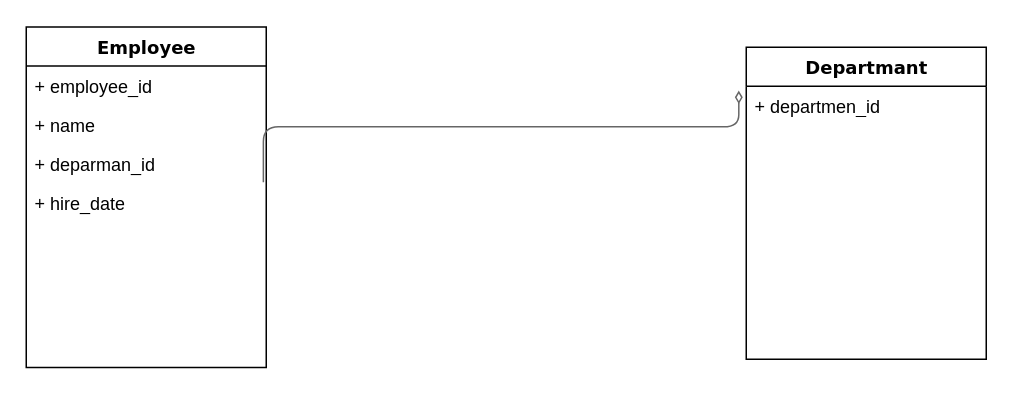
The draw.io diagram Başlıksız Diyagram.drawio in suhedakarabudak/Data-Science, before the edit. Source tidied: cells renumbered, new cells numbered last; positions are measured from the earlier drawing's top-left corner, leaving out a move shared by most shapes. Both pictures are drawn from the tidied source at 150%, with x=0, y=0 at pixel (26, 26).
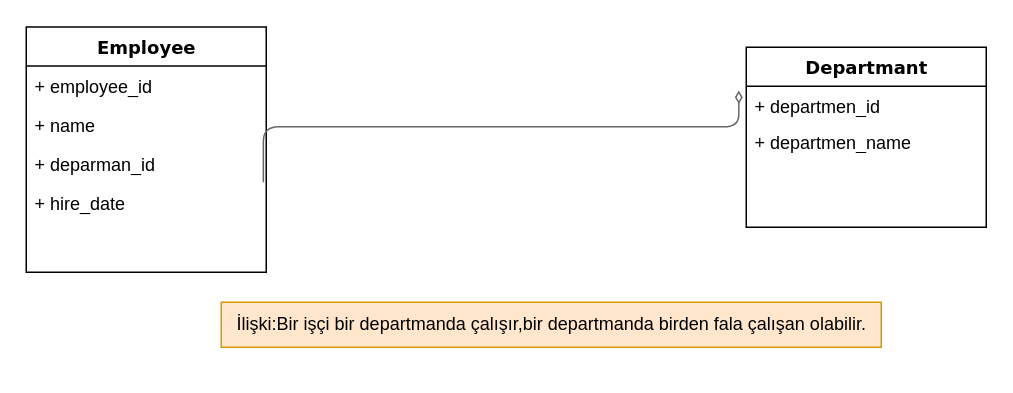
Above is the later version.

Diff of the diagram source:
```diff
@@
 <mxGraphModel>
   <root>
     <mxCell id="0" />
     <mxCell id="1" parent="0" />
     <mxCell id="2" value="Employee" style="swimlane;html=1;fontStyle=1;align=center;verticalAlign=top;horizontal=1;startSize=26;swimlaneFillColor=#ffffff;rounded=0;shadow=0;comic=0;labelBackgroundColor=none;strokeWidth=1;fillColor=none;fontFamily=Verdana;fontSize=12;" parent="1" vertex="1">
-      <mxGeometry y="0.5" width="160" height="227" as="geometry" />
+      <mxGeometry y="0.5" width="160" height="163.5" as="geometry" />
     </mxCell>
     <mxCell id="3" value="+ employee_id" style="text;html=1;strokeColor=none;fillColor=none;align=left;verticalAlign=top;spacingLeft=4;spacingRight=4;whiteSpace=wrap;overflow=hidden;" parent="2" vertex="1">
       <mxGeometry y="26" width="160" height="26" as="geometry" />
     </mxCell>
     <mxCell id="4" value="+ name" style="text;html=1;align=left;verticalAlign=top;spacingLeft=4;spacingRight=4;whiteSpace=wrap;overflow=hidden;" parent="2" vertex="1">
       <mxGeometry y="52" width="160" height="26" as="geometry" />
     </mxCell>
     <mxCell id="5" value="+ deparman_id" style="text;html=1;strokeColor=none;fillColor=none;align=left;verticalAlign=top;spacingLeft=4;spacingRight=4;whiteSpace=wrap;overflow=hidden;points=[[0,0.5],[1,0.5]];portConstraint=eastwest;" parent="2" vertex="1">
       <mxGeometry y="78" width="160" height="26" as="geometry" />
     </mxCell>
     <mxCell id="6" value="+ hire_date" style="text;html=1;strokeColor=none;fillColor=none;align=left;verticalAlign=top;spacingLeft=4;spacingRight=4;whiteSpace=wrap;overflow=hidden;" parent="2" vertex="1">
       <mxGeometry y="104" width="160" height="26" as="geometry" />
     </mxCell>
     <mxCell id="7" style="edgeStyle=elbowEdgeStyle;html=1;labelBackgroundColor=none;startFill=0;endArrow=diamondThin;endFill=0;fontFamily=Verdana;fontSize=12;elbow=vertical;fillColor=#f5f5f5;strokeColor=#666666;entryX=-0.031;entryY=0.119;entryDx=0;entryDy=0;entryPerimeter=0;exitX=0.988;exitY=0.981;exitDx=0;exitDy=0;exitPerimeter=0;" parent="1" edge="1" source="5" target="9">
       <mxGeometry relative="1" as="geometry">
         <Array as="points">
           <mxPoint x="300" y="67" />
           <mxPoint x="420" y="74" />
           <mxPoint x="190" y="94" />
           <mxPoint x="120" y="94" />
           <mxPoint x="40" y="84" />
         </Array>
       </mxGeometry>
     </mxCell>
     <mxCell id="8" value="Departmant" style="swimlane;html=1;fontStyle=1;align=center;verticalAlign=top;horizontal=1;startSize=26;swimlaneFillColor=#ffffff;rounded=0;shadow=0;comic=0;labelBackgroundColor=none;strokeWidth=1;fillColor=none;fontFamily=Verdana;fontSize=12;" parent="1" vertex="1">
-      <mxGeometry x="480" y="14" width="160" height="208" as="geometry" />
+      <mxGeometry x="480" y="14" width="160" height="120" as="geometry" />
     </mxCell>
     <mxCell id="9" value="+ departmen_id" style="text;html=1;strokeColor=none;fillColor=none;align=left;verticalAlign=top;spacingLeft=4;spacingRight=4;whiteSpace=wrap;overflow=hidden;points=[[0,0.5],[1,0.5]];portConstraint=eastwest;" parent="8" vertex="1">
       <mxGeometry y="26" width="160" height="24" as="geometry" />
     </mxCell>
+    <mxCell id="10" value="+ departmen_name" style="text;html=1;strokeColor=none;fillColor=none;align=left;verticalAlign=top;spacingLeft=4;spacingRight=4;whiteSpace=wrap;overflow=hidden;" parent="8" vertex="1">
+      <mxGeometry y="50" width="160" height="26" as="geometry" />
+    </mxCell>
+    <mxCell id="11" value="İlişki:Bir işçi bir departmanda çalışır,bir departmanda birden fala çalışan olabilir." style="text;html=1;align=center;verticalAlign=middle;strokeColor=#d79b00;fillColor=#ffe6cc;fontFamily=Helvetica;fontSize=12;" parent="1" vertex="1">
+      <mxGeometry x="130" y="184" width="440" height="30" as="geometry" />
+    </mxCell>
   </root>
 </mxGraphModel>
```
